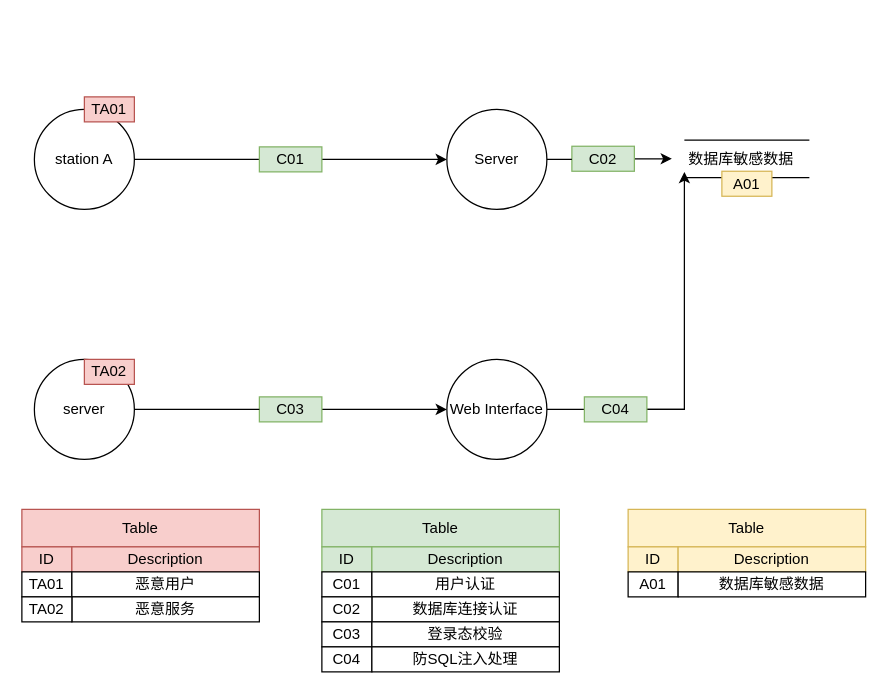
weijiang1994/draw-io keeps this draw.io diagram as 威胁建模分析.drawio. Above is the earlier version. Source tidied: cells renumbered, new cells numbered last; positions are measured from the earlier drawing's top-left corner, leaving out a move shared by most shapes. Both pictures are drawn from the tidied source at 125%, with x=0, y=0 at pixel (21, 96).
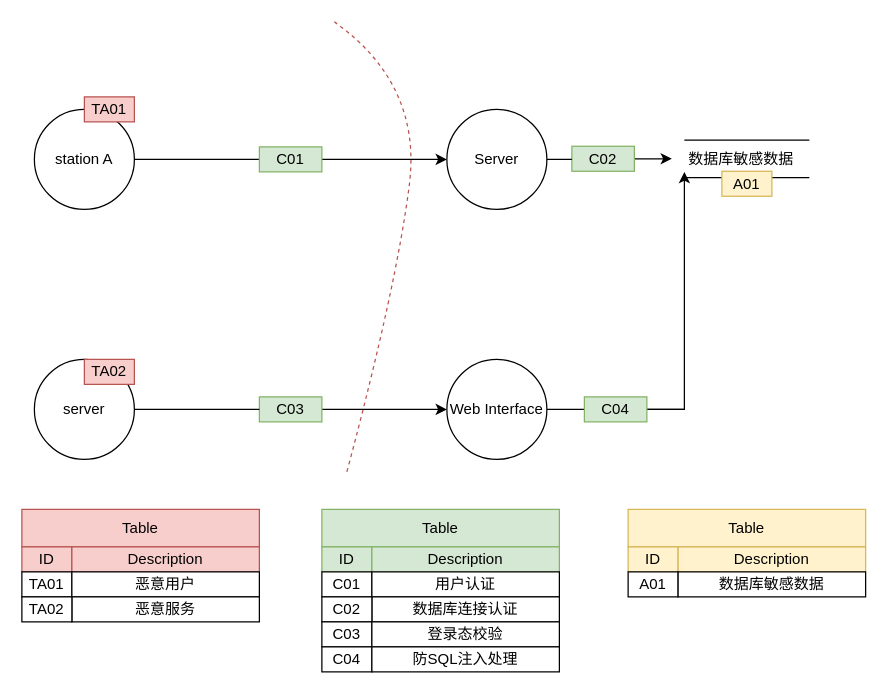
The same page after the edit.

Commit message:
更新威胁建模分析.drawio

What changed in the source:
```diff
@@
+    <mxCell id="46" style="curved=1;endArrow=none;html=1;rounded=0;endFill=0;dashed=1;fillColor=#f8cecc;strokeColor=#b85450;" parent="1" edge="1">
+      <mxGeometry relative="1" as="geometry">
+        <mxPoint x="260" y="300" as="sourcePoint" />
+        <mxPoint x="250" y="-60" as="targetPoint" />
+        <Array as="points">
+          <mxPoint x="300" y="150" />
+          <mxPoint x="320" y="-10" />
+          <mxPoint x="250" y="-60" />
+        </Array>
+      </mxGeometry>
+    </mxCell>
```
